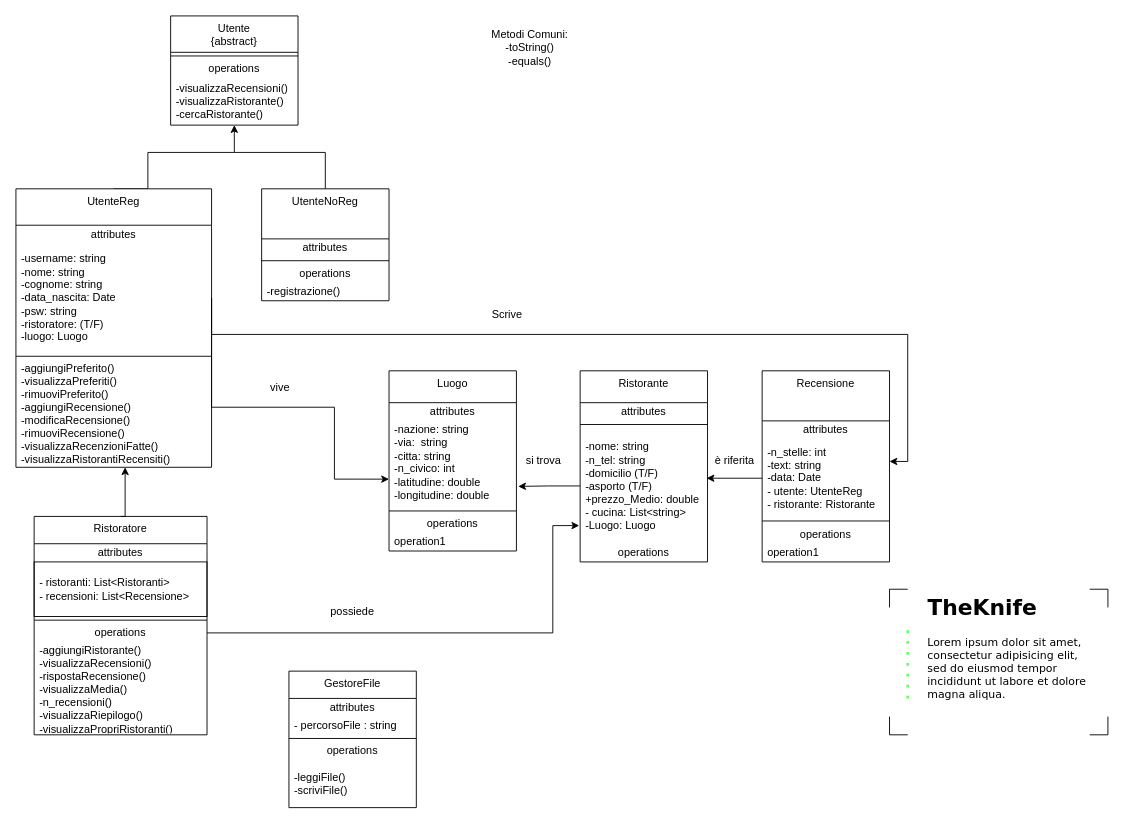
Earlier version of the draw.io diagram doc/UML.drawio (Tommaso-Ossuzio/TheKnife). Source tidied: cells renumbered, new cells numbered last; positions are measured from the earlier drawing's top-left corner, leaving out a move shared by most shapes. Both pictures are drawn from the tidied source at 91%, with x=0, y=0 at pixel (15, 15).
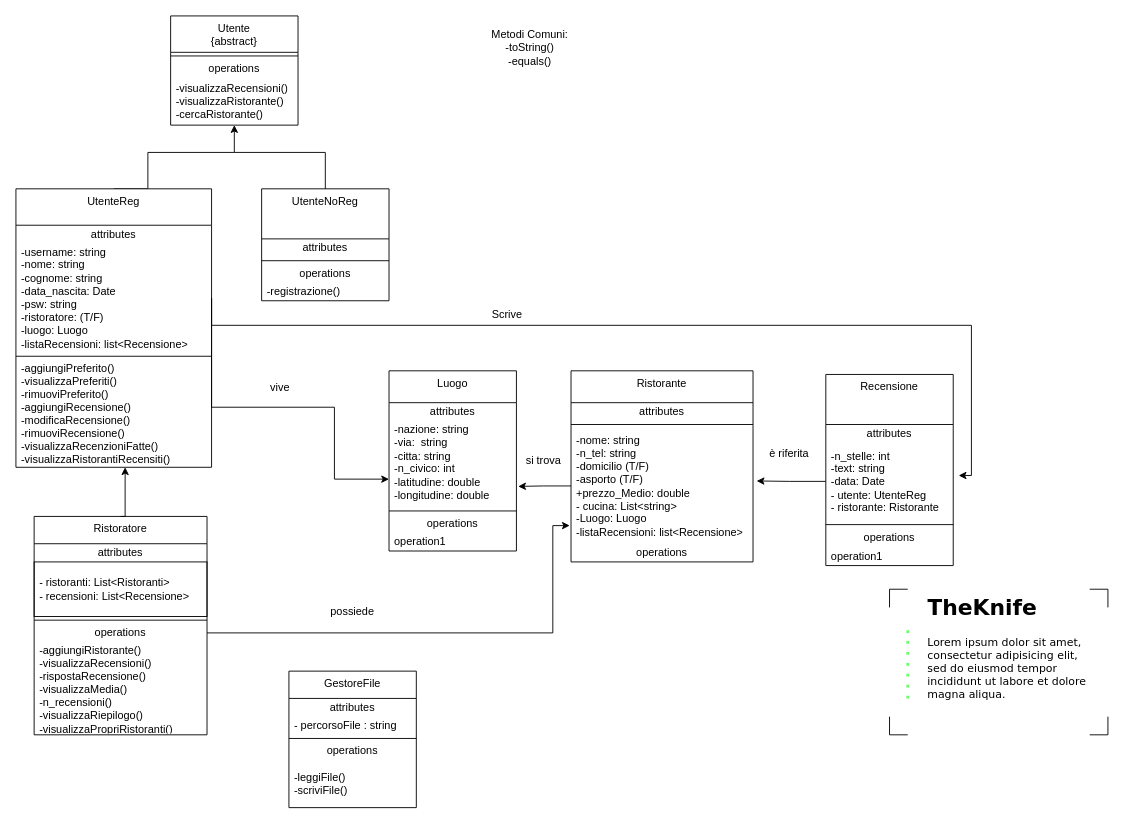
The same diagram, later.

Commit message (it also covers changes not shown here):
Modifica UML

The change refers to these unchanged cells:
```xml
<mxCell id="22" value="&lt;font color=&quot;#000000&quot; style=&quot;color: light-dark(rgb(0, 0, 0), rgb(255, 255, 255));&quot;&gt;-n_stelle: int&lt;/font&gt;&lt;div&gt;&lt;font color=&quot;#000000&quot; style=&quot;color: light-dark(rgb(0, 0, 0), rgb(255, 255, 255));&quot;&gt;-text: string&amp;nbsp;&lt;/font&gt;&lt;/div&gt;&lt;div&gt;&lt;font color=&quot;#000000&quot; style=&quot;color: light-dark(rgb(0, 0, 0), rgb(255, 255, 255));&quot;&gt;-data: Date&lt;/font&gt;&lt;/div&gt;&lt;div&gt;&lt;font color=&quot;#000000&quot; style=&quot;color: light-dark(rgb(0, 0, 0), rgb(255, 255, 255));&quot;&gt;- utente: UtenteReg&lt;/font&gt;&lt;/div&gt;&lt;div&gt;&lt;font color=&quot;#000000&quot; style=&quot;color: light-dark(rgb(0, 0, 0), rgb(255, 255, 255));&quot;&gt;- ristorante: Ristorante&lt;/font&gt;&lt;/div&gt;" style="text;html=1;strokeColor=light-dark(transparent,#FFFFFF);fillColor=none;align=left;verticalAlign=middle;spacingLeft=4;spacingRight=4;overflow=hidden;points=[[0,0.5],[1,0.5]];portConstraint=eastwest;fontColor=#808080;whiteSpace=wrap;" parent="20" vertex="1">
  <mxGeometry y="75" width="140" height="85" as="geometry" />
</mxCell>
<mxCell id="31" value="UtenteReg" style="swimlane;fontStyle=0;align=center;verticalAlign=top;horizontal=1;startSize=40;html=1;whiteSpace=wrap;" parent="1" vertex="1">
  <mxGeometry y="190" width="215" height="306" as="geometry" />
</mxCell>
```

Change to the diagram source:
```diff
@@
     <mxCell id="9" value="Ristorante" style="swimlane;fontStyle=0;align=center;verticalAlign=top;horizontal=1;startSize=35;html=1;whiteSpace=wrap;" parent="1" vertex="1">
-      <mxGeometry x="620" y="390" width="140" height="210" as="geometry" />
+      <mxGeometry x="610" y="390" width="200" height="210" as="geometry" />
     </mxCell>
     <mxCell id="10" value="attributes" style="text;html=1;strokeColor=none;fillColor=none;align=center;verticalAlign=middle;spacingLeft=4;spacingRight=4;overflow=hidden;whiteSpace=wrap;" parent="9" vertex="1">
-      <mxGeometry y="35" width="140" height="20" as="geometry" />
+      <mxGeometry y="35" width="200" height="20" as="geometry" />
     </mxCell>
     <mxCell id="11" style="line;strokeWidth=1;fillColor=none;align=left;verticalAlign=middle;spacingTop=-1;spacingLeft=3;spacingRight=3;labelPosition=right;" parent="9" vertex="1">
-      <mxGeometry y="55" width="140" height="8" as="geometry" />
+      <mxGeometry y="55" width="200" height="8" as="geometry" />
     </mxCell>
-    <mxCell id="12" value="&lt;span style=&quot;background-color: transparent;&quot;&gt;-nome: string&lt;/span&gt;&lt;br&gt;&lt;div&gt;&lt;div&gt;-n_tel: string&lt;/div&gt;&lt;div&gt;-domicilio (T/F)&lt;/div&gt;&lt;div&gt;&lt;span style=&quot;background-color: transparent; color: light-dark(rgb(0, 0, 0), rgb(255, 255, 255));&quot;&gt;-asporto&amp;nbsp;&lt;/span&gt;&lt;span style=&quot;background-color: transparent; color: light-dark(rgb(0, 0, 0), rgb(255, 255, 255));&quot;&gt;(T/F)&lt;/span&gt;&lt;/div&gt;&lt;div&gt;+prezzo_Medio: double&lt;/div&gt;&lt;/div&gt;&lt;div&gt;- cucina: List&amp;lt;string&amp;gt;&lt;/div&gt;&lt;div&gt;-Luogo: Luogo&lt;/div&gt;" style="text;html=1;strokeColor=none;fillColor=none;align=left;verticalAlign=middle;spacingLeft=4;spacingRight=4;overflow=hidden;points=[[0,0.5],[1,0.5]];portConstraint=eastwest;whiteSpace=wrap;" parent="9" vertex="1">
-      <mxGeometry y="63" width="140" height="127" as="geometry" />
+    <mxCell id="12" value="&lt;span style=&quot;background-color: transparent;&quot;&gt;-nome: string&lt;/span&gt;&lt;br&gt;&lt;div&gt;&lt;div&gt;-n_tel: string&lt;/div&gt;&lt;div&gt;-domicilio (T/F)&lt;/div&gt;&lt;div&gt;&lt;span style=&quot;background-color: transparent; color: light-dark(rgb(0, 0, 0), rgb(255, 255, 255));&quot;&gt;-asporto&amp;nbsp;&lt;/span&gt;&lt;span style=&quot;background-color: transparent; color: light-dark(rgb(0, 0, 0), rgb(255, 255, 255));&quot;&gt;(T/F)&lt;/span&gt;&lt;/div&gt;&lt;div&gt;+prezzo_Medio: double&lt;/div&gt;&lt;/div&gt;&lt;div&gt;- cucina: List&amp;lt;string&amp;gt;&lt;/div&gt;&lt;div&gt;-Luogo: Luogo&lt;/div&gt;-listaRecensioni: list&amp;lt;Recensione&amp;gt;" style="text;html=1;strokeColor=none;fillColor=none;align=left;verticalAlign=middle;spacingLeft=4;spacingRight=4;overflow=hidden;points=[[0,0.5],[1,0.5]];portConstraint=eastwest;whiteSpace=wrap;" parent="9" vertex="1">
+      <mxGeometry y="63" width="200" height="127" as="geometry" />
     </mxCell>
     <mxCell id="13" value="operations" style="text;html=1;strokeColor=none;fillColor=none;align=center;verticalAlign=middle;spacingLeft=4;spacingRight=4;overflow=hidden;whiteSpace=wrap;" parent="9" vertex="1">
-      <mxGeometry y="190" width="140" height="20" as="geometry" />
+      <mxGeometry y="190" width="200" height="20" as="geometry" />
     </mxCell>
@@
     <mxCell id="20" value="Recensione" style="swimlane;fontStyle=0;align=center;verticalAlign=top;horizontal=1;startSize=55;html=1;whiteSpace=wrap;" parent="1" vertex="1">
-      <mxGeometry x="820" y="390" width="140" height="210" as="geometry" />
+      <mxGeometry x="890" y="394" width="140" height="210" as="geometry" />
     </mxCell>
@@
-    <mxCell id="33" value="&lt;div&gt;&lt;span style=&quot;color: light-dark(rgb(0, 0, 0), rgb(255, 255, 255)); background-color: transparent;&quot;&gt;-username: string&lt;/span&gt;&lt;/div&gt;&lt;div&gt;&lt;span style=&quot;color: light-dark(rgb(0, 0, 0), rgb(255, 255, 255)); background-color: transparent;&quot;&gt;-nome: string&lt;/span&gt;&lt;/div&gt;&lt;div style=&quot;&quot;&gt;&lt;font style=&quot;color: light-dark(rgb(0, 0, 0), rgb(255, 255, 255));&quot;&gt;-cognome: string&lt;/font&gt;&lt;/div&gt;&lt;div style=&quot;&quot;&gt;&lt;font style=&quot;color: light-dark(rgb(0, 0, 0), rgb(255, 255, 255));&quot;&gt;-data_nascita: Date&lt;/font&gt;&lt;/div&gt;&lt;div style=&quot;&quot;&gt;&lt;font style=&quot;color: light-dark(rgb(0, 0, 0), rgb(255, 255, 255));&quot;&gt;-psw: string&lt;/font&gt;&lt;/div&gt;&lt;div style=&quot;&quot;&gt;&lt;font style=&quot;color: light-dark(rgb(0, 0, 0), rgb(255, 255, 255));&quot;&gt;-ristoratore: (T/F)&lt;/font&gt;&lt;/div&gt;&lt;div style=&quot;&quot;&gt;&lt;font style=&quot;&quot;&gt;-luogo: Luogo&lt;font color=&quot;#7f7f7f&quot;&gt;&amp;nbsp;&lt;/font&gt;&lt;/font&gt;&lt;/div&gt;" style="text;html=1;strokeColor=none;fillColor=none;align=left;verticalAlign=middle;spacingLeft=4;spacingRight=4;overflow=hidden;points=[[0,0.5],[1,0.5]];portConstraint=eastwest;whiteSpace=wrap;" parent="31" vertex="1">
+    <mxCell id="33" value="&lt;div&gt;&lt;span style=&quot;color: light-dark(rgb(0, 0, 0), rgb(255, 255, 255)); background-color: transparent;&quot;&gt;-username: string&lt;/span&gt;&lt;/div&gt;&lt;div&gt;&lt;span style=&quot;color: light-dark(rgb(0, 0, 0), rgb(255, 255, 255)); background-color: transparent;&quot;&gt;-nome: string&lt;/span&gt;&lt;/div&gt;&lt;div style=&quot;&quot;&gt;&lt;font style=&quot;color: light-dark(rgb(0, 0, 0), rgb(255, 255, 255));&quot;&gt;-cognome: string&lt;/font&gt;&lt;/div&gt;&lt;div style=&quot;&quot;&gt;&lt;font style=&quot;color: light-dark(rgb(0, 0, 0), rgb(255, 255, 255));&quot;&gt;-data_nascita: Date&lt;/font&gt;&lt;/div&gt;&lt;div style=&quot;&quot;&gt;&lt;font style=&quot;color: light-dark(rgb(0, 0, 0), rgb(255, 255, 255));&quot;&gt;-psw: string&lt;/font&gt;&lt;/div&gt;&lt;div style=&quot;&quot;&gt;&lt;font style=&quot;color: light-dark(rgb(0, 0, 0), rgb(255, 255, 255));&quot;&gt;-ristoratore: (T/F)&lt;/font&gt;&lt;/div&gt;&lt;div style=&quot;&quot;&gt;&lt;font style=&quot;&quot;&gt;-luogo: Luogo&lt;font color=&quot;#7f7f7f&quot;&gt;&amp;nbsp;&lt;/font&gt;&lt;/font&gt;&lt;/div&gt;&lt;div style=&quot;&quot;&gt;&lt;font style=&quot;&quot;&gt;-listaRecensioni: list&amp;lt;Recensione&amp;gt;&lt;/font&gt;&lt;/div&gt;" style="text;html=1;strokeColor=none;fillColor=none;align=left;verticalAlign=middle;spacingLeft=4;spacingRight=4;overflow=hidden;points=[[0,0.5],[1,0.5]];portConstraint=eastwest;whiteSpace=wrap;" parent="31" vertex="1">
       <mxGeometry y="60" width="215" height="120" as="geometry" />
     </mxCell>
@@
-    <mxCell id="51" style="edgeStyle=orthogonalEdgeStyle;rounded=0;jettySize=auto;html=1;exitX=1;exitY=0.5;exitDx=0;exitDy=0;entryX=1;entryY=0.289;entryDx=0;entryDy=0;entryPerimeter=0;" parent="1" edge="1" source="33" target="22">
-      <mxGeometry relative="1" as="geometry">
-        <Array as="points">
-          <mxPoint x="215" y="350" />
-          <mxPoint x="980" y="350" />
-          <mxPoint x="980" y="490" />
-        </Array>
-      </mxGeometry>
-    </mxCell>
@@
     <mxCell id="56" value="è riferita" style="text;html=1;align=center;verticalAlign=middle;whiteSpace=wrap;rounded=0;" parent="1" vertex="1">
-      <mxGeometry x="760" y="474" width="60" height="30" as="geometry" />
+      <mxGeometry x="820" y="466" width="60" height="30" as="geometry" />
     </mxCell>
-    <mxCell id="57" style="edgeStyle=orthogonalEdgeStyle;rounded=0;jettySize=auto;html=1;exitX=0;exitY=0.5;exitDx=0;exitDy=0;" parent="1" edge="1" source="22">
-      <mxGeometry relative="1" as="geometry">
-        <mxPoint x="759" y="508" as="targetPoint" />
-        <Array as="points">
-          <mxPoint x="759" y="508" />
-        </Array>
-      </mxGeometry>
-    </mxCell>
@@
+    <mxCell id="66" style="edgeStyle=orthogonalEdgeStyle;rounded=0;jettySize=auto;html=1;exitX=0;exitY=0.5;exitDx=0;exitDy=0;entryX=1.02;entryY=0.457;entryDx=0;entryDy=0;entryPerimeter=0;" parent="1" edge="1" source="22" target="12">
+      <mxGeometry relative="1" as="geometry" />
+    </mxCell>
+    <mxCell id="51" style="edgeStyle=orthogonalEdgeStyle;rounded=0;jettySize=auto;html=1;exitX=1;exitY=0.5;exitDx=0;exitDy=0;entryX=1.043;entryY=0.424;entryDx=0;entryDy=0;entryPerimeter=0;" parent="1" edge="1" source="33" target="22">
+      <mxGeometry relative="1" as="geometry">
+        <Array as="points">
+          <mxPoint x="215" y="340" />
+          <mxPoint x="1050" y="340" />
+          <mxPoint x="1050" y="505" />
+        </Array>
+      </mxGeometry>
+    </mxCell>
```
